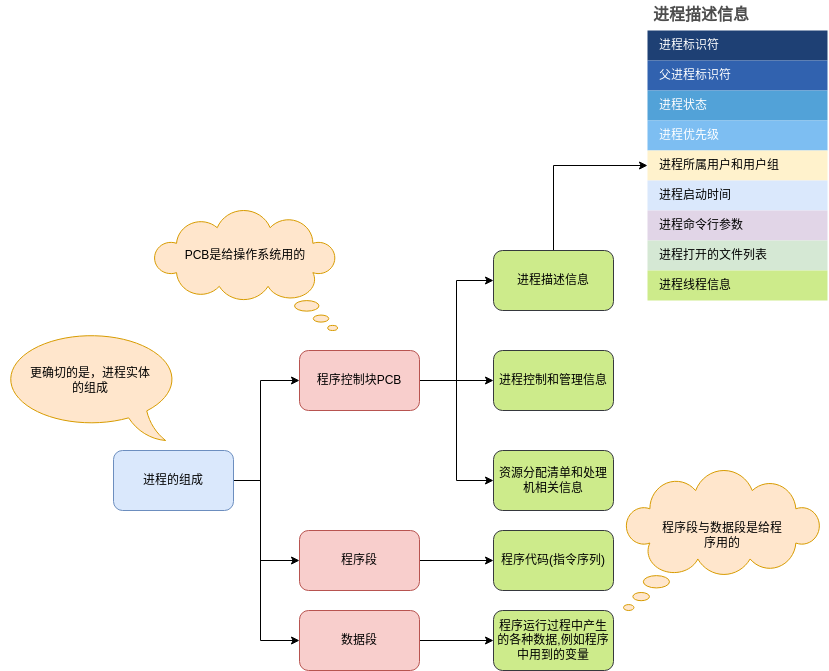
The draw.io diagram process.drawio.png in YuMingLiDawn/Linux, before a commit. Source tidied: cells renumbered, new cells last; positions are measured from the earlier drawing's top-left corner, leaving out a move shared by most shapes.
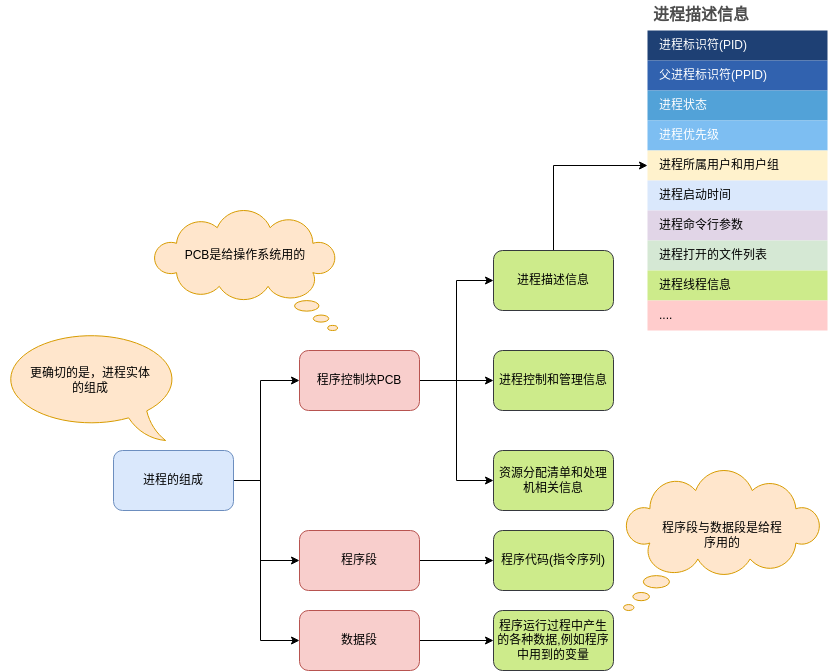
After the commit.

The edit, as a diff of the source:
```diff
@@ -90,18 +90,18 @@
       <mxGeometry x="25" y="365" width="130" height="30" as="geometry" />
     </mxCell>
     <mxCell id="26" value="进程描述信息" style="shape=table;startSize=30;fontSize=16;align=left;verticalAlign=top;fillColor=none;strokeColor=none;fontColor=#4D4D4D;fontStyle=1;spacingLeft=6;spacing=0;" parent="1" vertex="1">
-      <mxGeometry x="647" width="180" height="300" as="geometry" />
+      <mxGeometry x="647" width="180" height="330" as="geometry" />
     </mxCell>
     <mxCell id="27" style="shape=tableRow;horizontal=0;startSize=0;swimlaneHead=0;swimlaneBody=0;strokeColor=inherit;top=0;left=0;bottom=0;right=0;fillColor=none;fontSize=12;" parent="26" vertex="1">
       <mxGeometry y="30" width="180" height="30" as="geometry" />
     </mxCell>
-    <mxCell id="28" value="进程标识符" style="shape=partialRectangle;html=1;whiteSpace=wrap;strokeColor=inherit;overflow=hidden;fillColor=#1E4074;top=0;left=0;bottom=0;right=0;fontSize=12;align=left;fontColor=#FFFFFF;gradientColor=none;spacingLeft=10;spacingRight=4;" parent="27" vertex="1">
+    <mxCell id="28" value="进程标识符(PID)" style="shape=partialRectangle;html=1;whiteSpace=wrap;strokeColor=inherit;overflow=hidden;fillColor=#1E4074;top=0;left=0;bottom=0;right=0;fontSize=12;align=left;fontColor=#FFFFFF;gradientColor=none;spacingLeft=10;spacingRight=4;" parent="27" vertex="1">
       <mxGeometry width="180" height="30" as="geometry" />
     </mxCell>
     <mxCell id="29" style="shape=tableRow;horizontal=0;startSize=0;swimlaneHead=0;swimlaneBody=0;strokeColor=inherit;top=0;left=0;bottom=0;right=0;fillColor=none;fontSize=12;" parent="26" vertex="1">
       <mxGeometry y="60" width="180" height="30" as="geometry" />
     </mxCell>
-    <mxCell id="30" value="父进程标识符" style="shape=partialRectangle;html=1;whiteSpace=wrap;strokeColor=inherit;overflow=hidden;fillColor=#3162AF;top=0;left=0;bottom=0;right=0;fontSize=12;align=left;fontColor=#FFFFFF;gradientColor=none;spacingLeft=10;spacingRight=4;" parent="29" vertex="1">
+    <mxCell id="30" value="父进程标识符(PPID)" style="shape=partialRectangle;html=1;whiteSpace=wrap;strokeColor=inherit;overflow=hidden;fillColor=#3162AF;top=0;left=0;bottom=0;right=0;fontSize=12;align=left;fontColor=#FFFFFF;gradientColor=none;spacingLeft=10;spacingRight=4;" parent="29" vertex="1">
       <mxGeometry width="180" height="30" as="geometry" />
     </mxCell>
     <mxCell id="31" style="shape=tableRow;horizontal=0;startSize=0;swimlaneHead=0;swimlaneBody=0;strokeColor=inherit;top=0;left=0;bottom=0;right=0;fillColor=none;fontSize=12;" parent="26" vertex="1">
@@ -146,5 +146,11 @@
     <mxCell id="44" value="进程线程信息" style="shape=partialRectangle;html=1;whiteSpace=wrap;strokeColor=#36393d;overflow=hidden;fillColor=#cdeb8b;top=0;left=0;bottom=0;right=0;fontSize=12;align=left;spacingLeft=10;spacingRight=4;" parent="43" vertex="1">
       <mxGeometry width="180" height="30" as="geometry" />
     </mxCell>
+    <mxCell id="45" style="shape=tableRow;horizontal=0;startSize=0;swimlaneHead=0;swimlaneBody=0;strokeColor=inherit;top=0;left=0;bottom=0;right=0;fillColor=none;fontSize=12;" parent="26" vertex="1">
+      <mxGeometry y="300" width="180" height="30" as="geometry" />
+    </mxCell>
+    <mxCell id="46" value="...." style="shape=partialRectangle;html=1;whiteSpace=wrap;strokeColor=#36393d;overflow=hidden;fillColor=#ffcccc;top=0;left=0;bottom=0;right=0;fontSize=12;align=left;spacingLeft=10;spacingRight=4;" parent="45" vertex="1">
+      <mxGeometry width="180" height="30" as="geometry" />
+    </mxCell>
   </root>
 </mxGraphModel>
```
